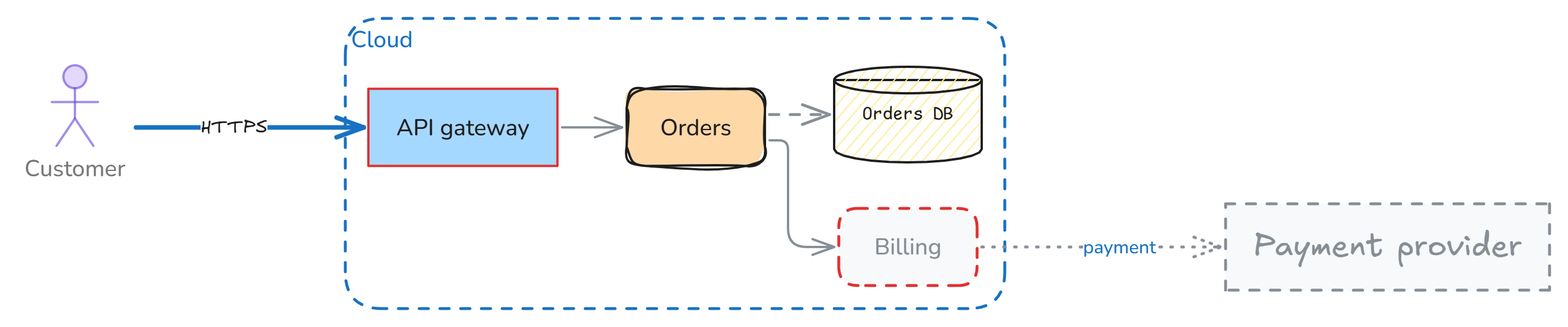
Earlier version of the Excalidraw export docs/images/styling.png (markbac/arch-text). Source tidied: one line per element, renumbered; positions are measured from the earlier drawing's top-left corner, leaving out a move shared by most shapes.
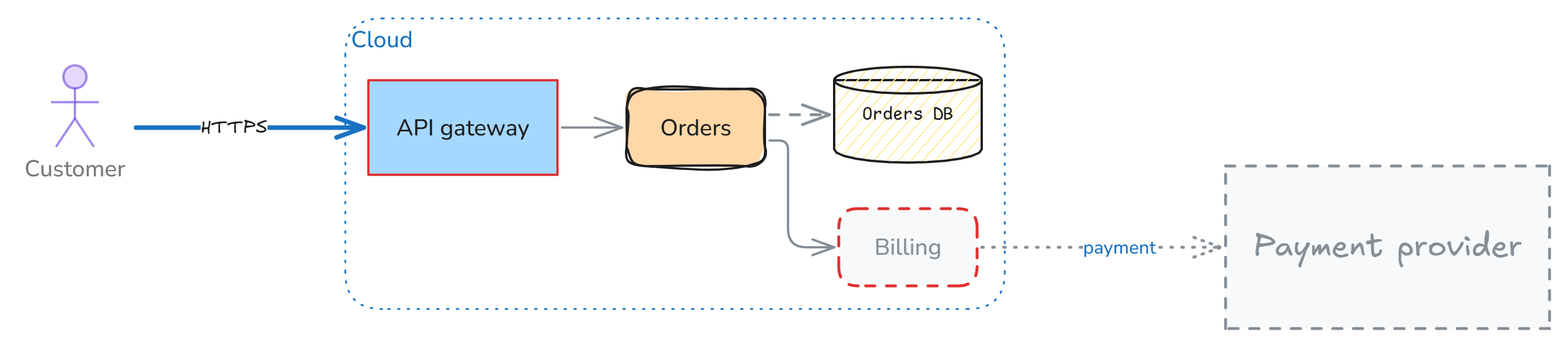
The same diagram one commit later.

Change to the diagram source:
```diff
@@ -1,6 +1,6 @@
-{"id": 0, "type": "rectangle", "strokeColor": "#1971c2", "strokeWidth": 2, "strokeStyle": "dashed", "roughness": 0, "round": true, "x": 284, "y": 0, "width": 572, "height": 252}
+{"id": 0, "type": "rectangle", "strokeColor": "#1971c2", "strokeWidth": 1, "strokeStyle": "dotted", "roughness": 0, "round": true, "x": 284, "y": 0, "width": 572, "height": 252}
 {"id": 1, "type": "text", "text": "Cloud", "strokeColor": "#1971c2", "strokeWidth": 2, "roughness": 1, "fontSize": 20, "fontFamily": 6, "inside": 0, "x": 288, "y": 5, "width": 54, "height": 27}
-{"id": 2, "type": "rectangle", "strokeColor": "#e03131", "backgroundColor": "#a5d8ff", "fillStyle": "solid", "strokeWidth": 2, "roughness": 0, "x": 304, "y": 61, "width": 164, "height": 67}
+{"id": 2, "type": "rectangle", "strokeColor": "#e03131", "backgroundColor": "#a5d8ff", "fillStyle": "solid", "strokeWidth": 2, "roughness": 0, "x": 304, "y": 54, "width": 164, "height": 82}
 {"id": 3, "type": "text", "text": "API gateway", "strokeColor": "#1e1e1e", "strokeWidth": 2, "roughness": 1, "fontSize": 20, "fontFamily": 6, "textAlign": "center", "verticalAlign": "middle", "inside": 2, "x": 328, "y": 81, "width": 116, "height": 27}
 {"id": 4, "type": "rectangle", "strokeColor": "#1e1e1e", "backgroundColor": "#ffd8a8", "fillStyle": "solid", "strokeWidth": 2, "roughness": 2, "round": true, "x": 528, "y": 61, "width": 120, "height": 67}
 {"id": 5, "type": "text", "text": "Orders", "strokeColor": "#1e1e1e", "strokeWidth": 2, "roughness": 1, "fontSize": 20, "fontFamily": 6, "textAlign": "center", "verticalAlign": "middle", "inside": 4, "x": 557, "y": 81, "width": 62, "height": 27}
@@ -10,7 +10,7 @@
 {"id": 9, "type": "ellipse", "strokeColor": "#1e1e1e", "backgroundColor": "#ffec99", "fillStyle": "hachure", "strokeWidth": 2, "roughness": 0, "x": 708, "y": 42, "width": 128, "height": 23}
 {"id": 10, "type": "rectangle", "strokeColor": "transparent", "strokeWidth": 2, "roughness": 0, "x": 708, "y": 42, "width": 128, "height": 83}
 {"id": 11, "type": "text", "text": "Orders DB", "strokeColor": "#1e1e1e", "strokeWidth": 2, "roughness": 1, "fontSize": 16, "fontFamily": 8, "textAlign": "center", "verticalAlign": "middle", "inside": 10, "x": 732, "y": 74, "width": 79, "height": 20}
-{"id": 12, "type": "rectangle", "strokeColor": "#868e96", "backgroundColor": "#f8f9fa", "fillStyle": "solid", "strokeWidth": 2, "strokeStyle": "dashed", "roughness": 0, "x": 1047, "y": 161, "width": 281, "height": 75}
+{"id": 12, "type": "rectangle", "strokeColor": "#868e96", "backgroundColor": "#f8f9fa", "fillStyle": "solid", "strokeWidth": 2, "strokeStyle": "dashed", "roughness": 0, "x": 1047, "y": 128, "width": 281, "height": 141}
 {"id": 13, "type": "text", "text": "Payment provider", "strokeColor": "#868e96", "strokeWidth": 2, "roughness": 1, "fontSize": 28, "fontFamily": 5, "textAlign": "center", "verticalAlign": "middle", "inside": 12, "x": 1071, "y": 181, "width": 233, "height": 35}
 {"id": 14, "type": "ellipse", "strokeColor": "#6741d9", "backgroundColor": "#d0bfff", "fillStyle": "solid", "strokeWidth": 2, "roughness": 0, "opacity": 60, "x": 39, "y": 41, "width": 20, "height": 20}
 {"id": 15, "type": "line", "strokeColor": "#6741d9", "backgroundColor": "#d0bfff", "fillStyle": "solid", "strokeWidth": 2, "roughness": 0, "opacity": 60, "x": 49, "y": 61, "width": 0, "height": 26, "points": [[0, 0], [0, 26]]}
```
